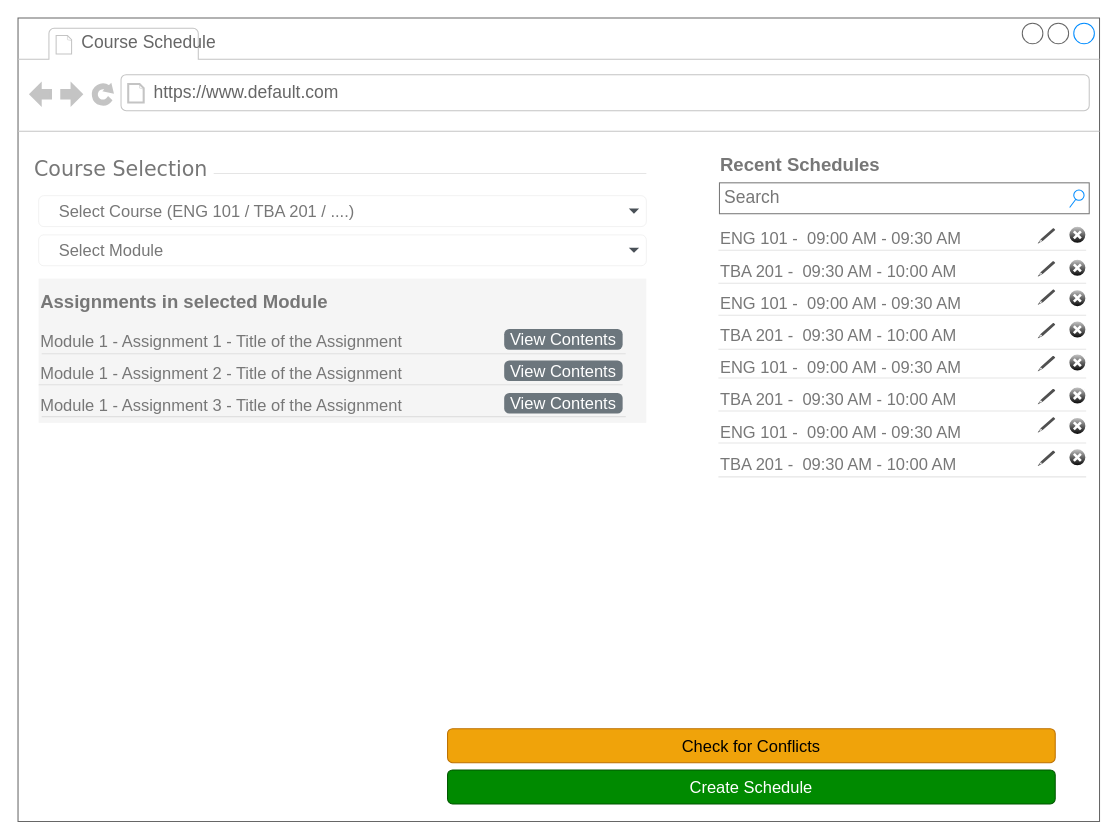
The draw.io diagram page "Content Delivery and Interaction" (7 of 7) of 02 - LMS-SysCollege/04 - UI_Designs/WireFrame.drawio in ZohaibWaqarMalik/Technical-Business-Analyst-Projects, before the edit. Source tidied: cells renumbered, new cells numbered last; positions are measured from the earlier drawing's top-left corner, leaving out a move shared by most shapes. Both pictures are drawn from the tidied source at 103%, with x=0, y=0 at pixel (18, 18).
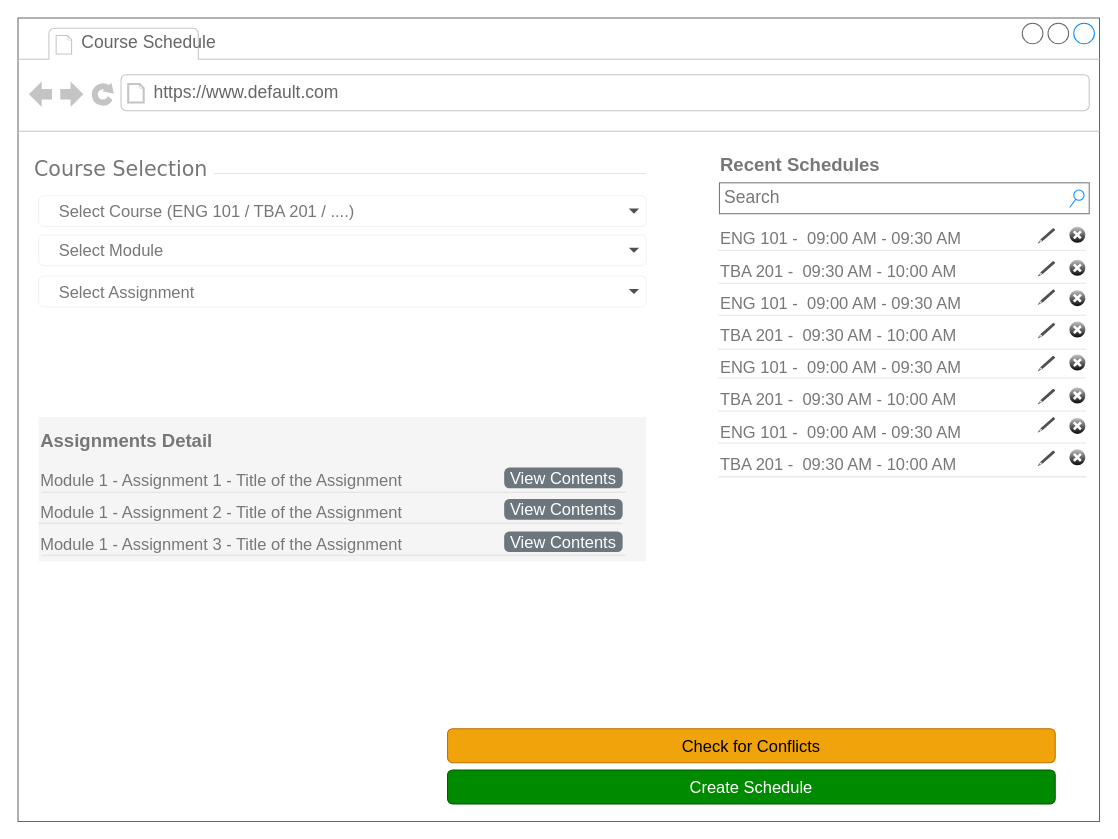
Above is the later version.

Unchanged cells that the change refers to:
```xml
<mxCell id="2" style="strokeWidth=1;shadow=0;dashed=0;align=center;html=1;shape=mxgraph.mockup.containers.browserWindow;rSize=0;strokeColor=#666666;mainText=,;rounded=0;labelBackgroundColor=none;fontFamily=Verdana;fontSize=12;" parent="1" vertex="1">
  <mxGeometry width="1050" height="780" as="geometry" />
</mxCell>
```

What changed in the source:
```diff
@@
-    <mxCell id="37" value="&lt;h1 style=&quot;margin-top: 0px;&quot;&gt;&lt;font style=&quot;font-size: 18px; color: rgb(119, 119, 119);&quot;&gt;Assignments in selected Module&lt;/font&gt;&lt;/h1&gt;&lt;p&gt;&lt;font style=&quot;font-size: 16px; color: rgb(119, 119, 119);&quot;&gt;&lt;span style=&quot;background-color: transparent;&quot;&gt;Module 1 - Assignment 1 - Title of the Assignment&lt;/span&gt;&lt;/font&gt;&lt;/p&gt;&lt;p&gt;&lt;span style=&quot;color: rgb(119, 119, 119); font-size: 16px;&quot;&gt;Module 1 - Assignment 2 - Title of the Assignment&lt;/span&gt;&lt;/p&gt;&lt;p&gt;&lt;span style=&quot;color: rgb(119, 119, 119); font-size: 16px;&quot;&gt;Module 1 - Assignment 3 - Title of the Assignment&lt;/span&gt;&lt;/p&gt;" style="text;html=1;whiteSpace=wrap;overflow=hidden;rounded=0;fillColor=#f5f5f5;strokeColor=none;fontColor=#333333;" parent="2" vertex="1">
-      <mxGeometry x="20" y="253" width="590" height="140" as="geometry" />
+    <mxCell id="37" value="&lt;h1 style=&quot;margin-top: 0px;&quot;&gt;&lt;font style=&quot;font-size: 18px; color: rgb(119, 119, 119);&quot;&gt;Assignments Detail&lt;/font&gt;&lt;/h1&gt;&lt;p&gt;&lt;font style=&quot;font-size: 16px; color: rgb(119, 119, 119);&quot;&gt;&lt;span style=&quot;background-color: transparent;&quot;&gt;Module 1 - Assignment 1 - Title of the Assignment&lt;/span&gt;&lt;/font&gt;&lt;/p&gt;&lt;p&gt;&lt;span style=&quot;color: rgb(119, 119, 119); font-size: 16px;&quot;&gt;Module 1 - Assignment 2 - Title of the Assignment&lt;/span&gt;&lt;/p&gt;&lt;p&gt;&lt;span style=&quot;color: rgb(119, 119, 119); font-size: 16px;&quot;&gt;Module 1 - Assignment 3 - Title of the Assignment&lt;/span&gt;&lt;/p&gt;" style="text;html=1;whiteSpace=wrap;overflow=hidden;rounded=0;fillColor=#f5f5f5;strokeColor=none;fontColor=#333333;" parent="2" vertex="1">
+      <mxGeometry x="20" y="387.5" width="590" height="140" as="geometry" />
     </mxCell>
@@
     <mxCell id="40" style="dashed=0;shape=line;strokeWidth=1;noLabel=1;strokeColor=#cccccc;opacity=50;fontSize=14;" parent="2" vertex="1">
-      <mxGeometry x="23" y="325.5" width="567" height="1" as="geometry" />
+      <mxGeometry x="23" y="460" width="567" height="1" as="geometry" />
     </mxCell>
     <mxCell id="41" style="dashed=0;shape=line;strokeWidth=1;noLabel=1;strokeColor=#cccccc;opacity=50;fontSize=14;" parent="2" vertex="1">
-      <mxGeometry x="20" y="355.5" width="567" height="1" as="geometry" />
+      <mxGeometry x="20" y="490" width="567" height="1" as="geometry" />
     </mxCell>
     <mxCell id="42" style="dashed=0;shape=line;strokeWidth=1;noLabel=1;strokeColor=#cccccc;opacity=50;fontSize=14;" parent="2" vertex="1">
-      <mxGeometry x="23" y="386.5" width="567" height="1" as="geometry" />
+      <mxGeometry x="23" y="521" width="567" height="1" as="geometry" />
     </mxCell>
     <mxCell id="43" value="View Contents" style="html=1;shadow=0;dashed=0;shape=mxgraph.bootstrap.rrect;rSize=5;strokeColor=none;strokeWidth=1;fillColor=#6C767D;fontColor=#FFFFFF;whiteSpace=wrap;align=center;verticalAlign=middle;spacingLeft=0;fontStyle=0;fontSize=16;spacing=5;" parent="2" vertex="1">
-      <mxGeometry x="472" y="302" width="115" height="20" as="geometry" />
+      <mxGeometry x="472" y="436.5" width="115" height="20" as="geometry" />
     </mxCell>
     <mxCell id="44" value="View Contents" style="html=1;shadow=0;dashed=0;shape=mxgraph.bootstrap.rrect;rSize=5;strokeColor=none;strokeWidth=1;fillColor=#6C767D;fontColor=#FFFFFF;whiteSpace=wrap;align=center;verticalAlign=middle;spacingLeft=0;fontStyle=0;fontSize=16;spacing=5;" parent="2" vertex="1">
-      <mxGeometry x="472" y="332.5" width="115" height="20" as="geometry" />
+      <mxGeometry x="472" y="467" width="115" height="20" as="geometry" />
     </mxCell>
     <mxCell id="45" value="View Contents" style="html=1;shadow=0;dashed=0;shape=mxgraph.bootstrap.rrect;rSize=5;strokeColor=none;strokeWidth=1;fillColor=#6C767D;fontColor=#FFFFFF;whiteSpace=wrap;align=center;verticalAlign=middle;spacingLeft=0;fontStyle=0;fontSize=16;spacing=5;" parent="2" vertex="1">
-      <mxGeometry x="472" y="364" width="115" height="20" as="geometry" />
+      <mxGeometry x="472" y="498.5" width="115" height="20" as="geometry" />
     </mxCell>
+    <mxCell id="46" value="&lt;span style=&quot;font-size: 16px;&quot;&gt;Select Assignment&lt;/span&gt;" style="html=1;shadow=0;dashed=0;shape=mxgraph.bootstrap.rrect;rSize=5;strokeColor=#777777;strokeWidth=0;fillColor=#ffffff;fontColor=#777777;whiteSpace=wrap;align=left;verticalAlign=middle;fontStyle=0;fontSize=18;spacing=20;" parent="2" vertex="1">
+      <mxGeometry x="20" y="250.5" width="590" height="30" as="geometry" />
+    </mxCell>
+    <mxCell id="47" style="shape=triangle;direction=south;fillColor=#495057;strokeColor=none;perimeter=none;" parent="46" vertex="1">
+      <mxGeometry x="1" y="0.5" width="10" height="5" relative="1" as="geometry">
+        <mxPoint x="-17" y="-2.5" as="offset" />
+      </mxGeometry>
+    </mxCell>
```
